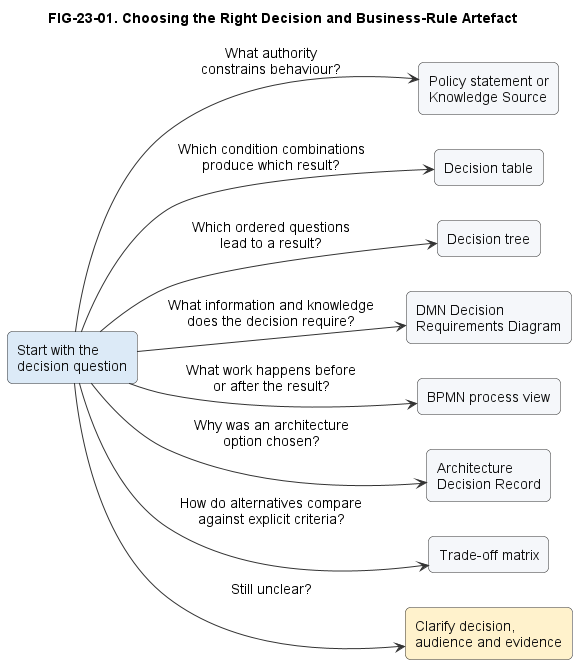
The PlantUML diagram diagrams/exported/png/FIG-23-01-choosing-the-right-decision-business-rule-artefact.png in nishikanttiwari01/Architecture_Modelling, before a commit.
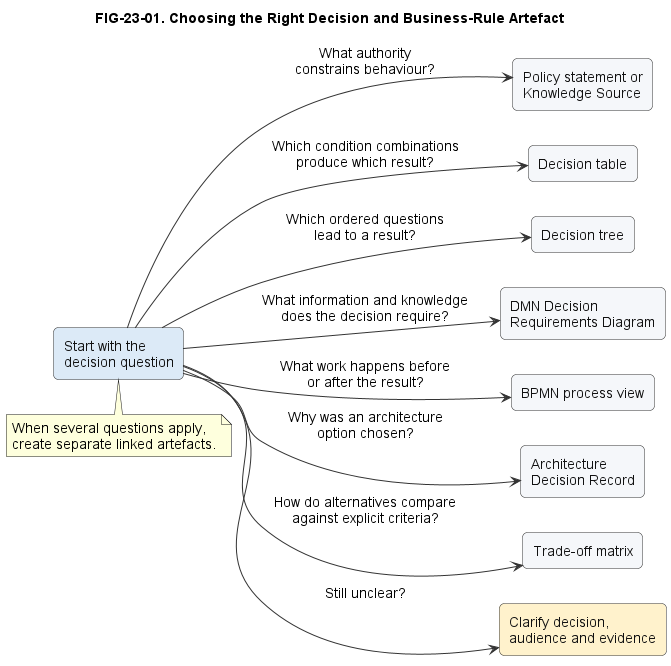
After the change.

Commit message:
Regenerate Chapter 23 diagram from specification

Diff of the diagram source:
```diff
@@ -29,4 +29,8 @@
 Start --> ADR : Why was an architecture\noption chosen?
 Start --> Matrix : How do alternatives compare\nagainst explicit criteria?
 Start --> Clarify : Still unclear?
+note bottom of Start
+  When several questions apply,
+  create separate linked artefacts.
+end note
 @enduml
```
